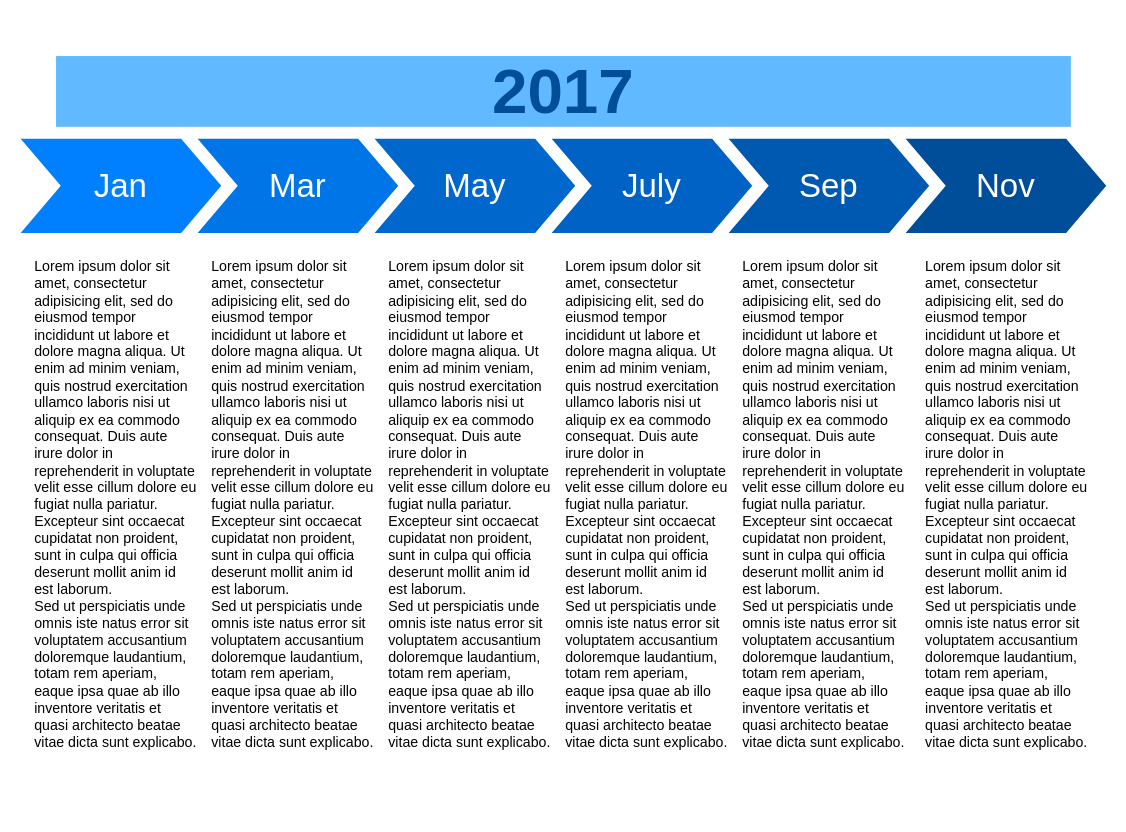
This is Untitled Diagram.drawio from rwaynewhite15/MADI, a draw.io file, before an edit. Source tidied: cells renumbered, new cells numbered last; positions are measured from the earlier drawing's top-left corner, leaving out a move shared by most shapes. Both pictures are drawn from the tidied source at 118%, with x=0, y=0 at pixel (20, 55).
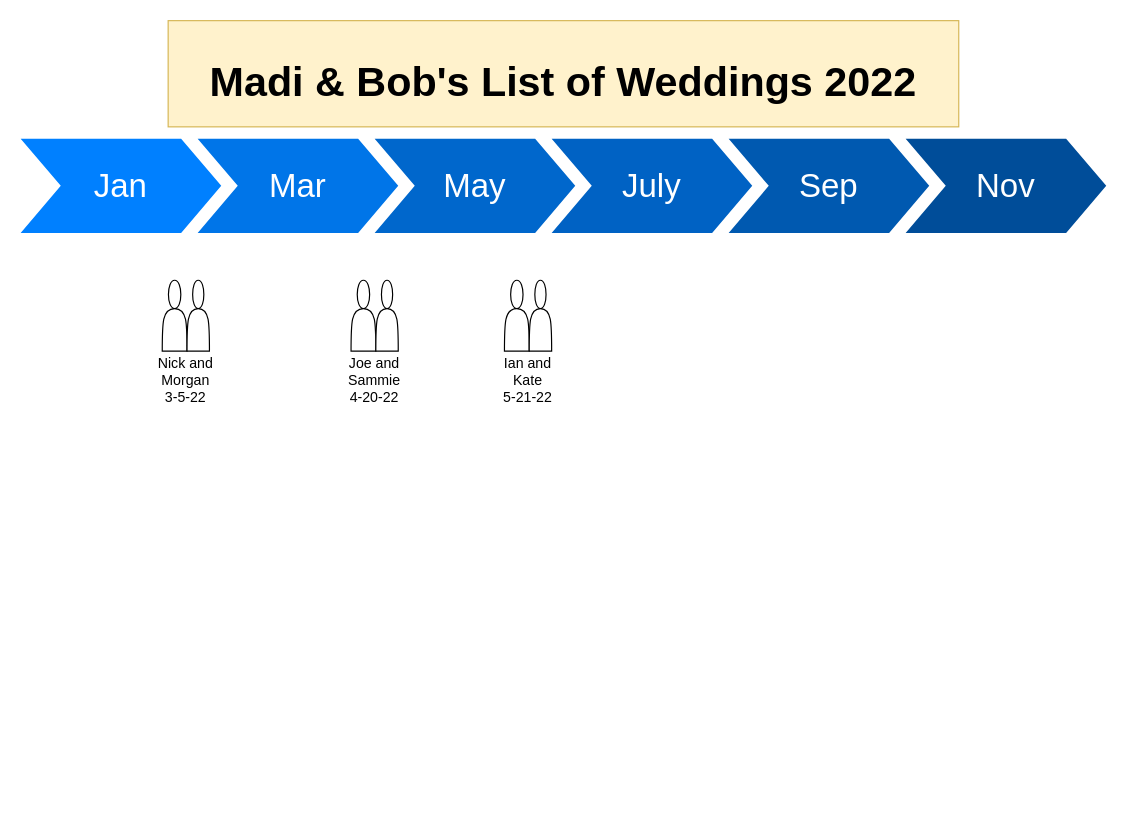
Above is the later version.

Diff of the diagram source:
```diff
@@
 <mxGraphModel>
   <root>
     <mxCell id="0" />
     <mxCell id="1" parent="0" />
     <mxCell id="2" value="Jan" style="shape=step;whiteSpace=wrap;html=1;fontSize=28;fillColor=#0080FF;fontColor=#FFFFFF;strokeColor=none;" parent="1" vertex="1">
       <mxGeometry y="70" width="170" height="80" as="geometry" />
     </mxCell>
     <mxCell id="3" value="Mar" style="shape=step;whiteSpace=wrap;html=1;fontSize=28;fillColor=#0075E8;fontColor=#FFFFFF;strokeColor=none;" parent="1" vertex="1">
       <mxGeometry x="150" y="70" width="170" height="80" as="geometry" />
     </mxCell>
     <mxCell id="4" value="May" style="shape=step;whiteSpace=wrap;html=1;fontSize=28;fillColor=#0067CC;fontColor=#FFFFFF;strokeColor=none;" parent="1" vertex="1">
       <mxGeometry x="300" y="70" width="170" height="80" as="geometry" />
     </mxCell>
     <mxCell id="5" value="July" style="shape=step;whiteSpace=wrap;html=1;fontSize=28;fillColor=#0062C4;fontColor=#FFFFFF;strokeColor=none;" parent="1" vertex="1">
       <mxGeometry x="450" y="70" width="170" height="80" as="geometry" />
     </mxCell>
     <mxCell id="6" value="Sep" style="shape=step;whiteSpace=wrap;html=1;fontSize=28;fillColor=#0059B0;fontColor=#FFFFFF;strokeColor=none;" parent="1" vertex="1">
       <mxGeometry x="600" y="70" width="170" height="80" as="geometry" />
     </mxCell>
     <mxCell id="7" value="Nov" style="shape=step;whiteSpace=wrap;html=1;fontSize=28;fillColor=#004D99;fontColor=#FFFFFF;strokeColor=none;" parent="1" vertex="1">
       <mxGeometry x="750" y="70" width="170" height="80" as="geometry" />
     </mxCell>
-    <mxCell id="8" value="2017" style="text;html=1;strokeColor=none;fillColor=#61BAFF;align=center;verticalAlign=middle;whiteSpace=wrap;fontSize=54;fontStyle=1;fontColor=#004D99;" parent="1" vertex="1">
-      <mxGeometry x="30" width="860" height="60" as="geometry" />
+    <mxCell id="8" value="&lt;font style=&quot;font-size: 35px&quot;&gt;Madi &amp;amp; Bob's List of Weddings 2022&lt;/font&gt;" style="text;html=1;strokeColor=#d6b656;fillColor=#fff2cc;align=center;verticalAlign=middle;whiteSpace=wrap;fontSize=54;fontStyle=1;" parent="1" vertex="1">
+      <mxGeometry x="125" y="-30" width="670" height="90" as="geometry" />
     </mxCell>
-    <mxCell id="9" value="Lorem ipsum dolor sit amet, consectetur adipisicing elit, sed do eiusmod tempor incididunt ut labore et dolore magna aliqua. Ut enim ad minim veniam, quis nostrud exercitation ullamco laboris nisi ut aliquip ex ea commodo consequat. Duis aute irure dolor in reprehenderit in voluptate velit esse cillum dolore eu fugiat nulla pariatur. Excepteur sint occaecat cupidatat non proident, sunt in culpa qui officia deserunt mollit anim id est laborum.&lt;br&gt;Sed ut perspiciatis unde omnis iste natus error sit voluptatem accusantium doloremque laudantium, totam rem aperiam, eaque ipsa quae ab illo inventore veritatis et quasi architecto beatae vitae dicta sunt explicabo." style="text;spacingTop=-5;fillColor=#ffffff;whiteSpace=wrap;html=1;align=left;fontSize=12;fontFamily=Helvetica;fillColor=none;strokeColor=none;" parent="1" vertex="1">
-      <mxGeometry x="10" y="170" width="140" height="470" as="geometry" />
-    </mxCell>
-    <mxCell id="10" value="Lorem ipsum dolor sit amet, consectetur adipisicing elit, sed do eiusmod tempor incididunt ut labore et dolore magna aliqua. Ut enim ad minim veniam, quis nostrud exercitation ullamco laboris nisi ut aliquip ex ea commodo consequat. Duis aute irure dolor in reprehenderit in voluptate velit esse cillum dolore eu fugiat nulla pariatur. Excepteur sint occaecat cupidatat non proident, sunt in culpa qui officia deserunt mollit anim id est laborum.&lt;br&gt;Sed ut perspiciatis unde omnis iste natus error sit voluptatem accusantium doloremque laudantium, totam rem aperiam, eaque ipsa quae ab illo inventore veritatis et quasi architecto beatae vitae dicta sunt explicabo." style="text;spacingTop=-5;fillColor=#ffffff;whiteSpace=wrap;html=1;align=left;fontSize=12;fontFamily=Helvetica;fillColor=none;strokeColor=none;" parent="1" vertex="1">
-      <mxGeometry x="160" y="170" width="140" height="470" as="geometry" />
-    </mxCell>
-    <mxCell id="11" value="Lorem ipsum dolor sit amet, consectetur adipisicing elit, sed do eiusmod tempor incididunt ut labore et dolore magna aliqua. Ut enim ad minim veniam, quis nostrud exercitation ullamco laboris nisi ut aliquip ex ea commodo consequat. Duis aute irure dolor in reprehenderit in voluptate velit esse cillum dolore eu fugiat nulla pariatur. Excepteur sint occaecat cupidatat non proident, sunt in culpa qui officia deserunt mollit anim id est laborum.&lt;br&gt;Sed ut perspiciatis unde omnis iste natus error sit voluptatem accusantium doloremque laudantium, totam rem aperiam, eaque ipsa quae ab illo inventore veritatis et quasi architecto beatae vitae dicta sunt explicabo." style="text;spacingTop=-5;fillColor=#ffffff;whiteSpace=wrap;html=1;align=left;fontSize=12;fontFamily=Helvetica;fillColor=none;strokeColor=none;" parent="1" vertex="1">
-      <mxGeometry x="310" y="170" width="140" height="470" as="geometry" />
-    </mxCell>
-    <mxCell id="12" value="Lorem ipsum dolor sit amet, consectetur adipisicing elit, sed do eiusmod tempor incididunt ut labore et dolore magna aliqua. Ut enim ad minim veniam, quis nostrud exercitation ullamco laboris nisi ut aliquip ex ea commodo consequat. Duis aute irure dolor in reprehenderit in voluptate velit esse cillum dolore eu fugiat nulla pariatur. Excepteur sint occaecat cupidatat non proident, sunt in culpa qui officia deserunt mollit anim id est laborum.&lt;br&gt;Sed ut perspiciatis unde omnis iste natus error sit voluptatem accusantium doloremque laudantium, totam rem aperiam, eaque ipsa quae ab illo inventore veritatis et quasi architecto beatae vitae dicta sunt explicabo." style="text;spacingTop=-5;fillColor=#ffffff;whiteSpace=wrap;html=1;align=left;fontSize=12;fontFamily=Helvetica;fillColor=none;strokeColor=none;" parent="1" vertex="1">
-      <mxGeometry x="460" y="170" width="140" height="470" as="geometry" />
-    </mxCell>
-    <mxCell id="13" value="Lorem ipsum dolor sit amet, consectetur adipisicing elit, sed do eiusmod tempor incididunt ut labore et dolore magna aliqua. Ut enim ad minim veniam, quis nostrud exercitation ullamco laboris nisi ut aliquip ex ea commodo consequat. Duis aute irure dolor in reprehenderit in voluptate velit esse cillum dolore eu fugiat nulla pariatur. Excepteur sint occaecat cupidatat non proident, sunt in culpa qui officia deserunt mollit anim id est laborum.&lt;br&gt;Sed ut perspiciatis unde omnis iste natus error sit voluptatem accusantium doloremque laudantium, totam rem aperiam, eaque ipsa quae ab illo inventore veritatis et quasi architecto beatae vitae dicta sunt explicabo." style="text;spacingTop=-5;fillColor=#ffffff;whiteSpace=wrap;html=1;align=left;fontSize=12;fontFamily=Helvetica;fillColor=none;strokeColor=none;" parent="1" vertex="1">
-      <mxGeometry x="610" y="170" width="140" height="470" as="geometry" />
-    </mxCell>
-    <mxCell id="14" value="Lorem ipsum dolor sit amet, consectetur adipisicing elit, sed do eiusmod tempor incididunt ut labore et dolore magna aliqua. Ut enim ad minim veniam, quis nostrud exercitation ullamco laboris nisi ut aliquip ex ea commodo consequat. Duis aute irure dolor in reprehenderit in voluptate velit esse cillum dolore eu fugiat nulla pariatur. Excepteur sint occaecat cupidatat non proident, sunt in culpa qui officia deserunt mollit anim id est laborum.&lt;br&gt;Sed ut perspiciatis unde omnis iste natus error sit voluptatem accusantium doloremque laudantium, totam rem aperiam, eaque ipsa quae ab illo inventore veritatis et quasi architecto beatae vitae dicta sunt explicabo." style="text;spacingTop=-5;fillColor=#ffffff;whiteSpace=wrap;html=1;align=left;fontSize=12;fontFamily=Helvetica;fillColor=none;strokeColor=none;" parent="1" vertex="1">
-      <mxGeometry x="765" y="170" width="140" height="470" as="geometry" />
-    </mxCell>
+    <mxCell id="15" style="shape=actor;whiteSpace=wrap;html=1;" parent="1" vertex="1">
+      <mxGeometry x="280" y="190" width="21" height="60" as="geometry" />
+    </mxCell>
+    <mxCell id="16" style="shape=actor;whiteSpace=wrap;html=1;" parent="1" vertex="1">
+      <mxGeometry x="301" y="190" width="19" height="60" as="geometry" />
+    </mxCell>
+    <mxCell id="17" value="Joe and Sammie&lt;br&gt;4-20-22" style="text;html=1;strokeColor=none;fillColor=none;align=center;verticalAlign=middle;whiteSpace=wrap;rounded=0;" parent="1" vertex="1">
+      <mxGeometry x="270" y="260" width="60" height="30" as="geometry" />
+    </mxCell>
+    <mxCell id="18" style="shape=actor;whiteSpace=wrap;html=1;" parent="1" vertex="1">
+      <mxGeometry x="120" y="190" width="21" height="60" as="geometry" />
+    </mxCell>
+    <mxCell id="19" style="shape=actor;whiteSpace=wrap;html=1;" parent="1" vertex="1">
+      <mxGeometry x="141" y="190" width="19" height="60" as="geometry" />
+    </mxCell>
+    <mxCell id="20" value="Nick and Morgan&lt;br&gt;3-5-22" style="text;html=1;strokeColor=none;fillColor=none;align=center;verticalAlign=middle;whiteSpace=wrap;rounded=0;" parent="1" vertex="1">
+      <mxGeometry x="110" y="260" width="60" height="30" as="geometry" />
+    </mxCell>
+    <mxCell id="21" style="shape=actor;whiteSpace=wrap;html=1;" parent="1" vertex="1">
+      <mxGeometry x="410" y="190" width="21" height="60" as="geometry" />
+    </mxCell>
+    <mxCell id="22" style="shape=actor;whiteSpace=wrap;html=1;" parent="1" vertex="1">
+      <mxGeometry x="431" y="190" width="19" height="60" as="geometry" />
+    </mxCell>
+    <mxCell id="23" value="Ian and Kate&lt;br&gt;5-21-22" style="text;html=1;strokeColor=none;fillColor=none;align=center;verticalAlign=middle;whiteSpace=wrap;rounded=0;" parent="1" vertex="1">
+      <mxGeometry x="400" y="260" width="60" height="30" as="geometry" />
+    </mxCell>
   </root>
 </mxGraphModel>
```
